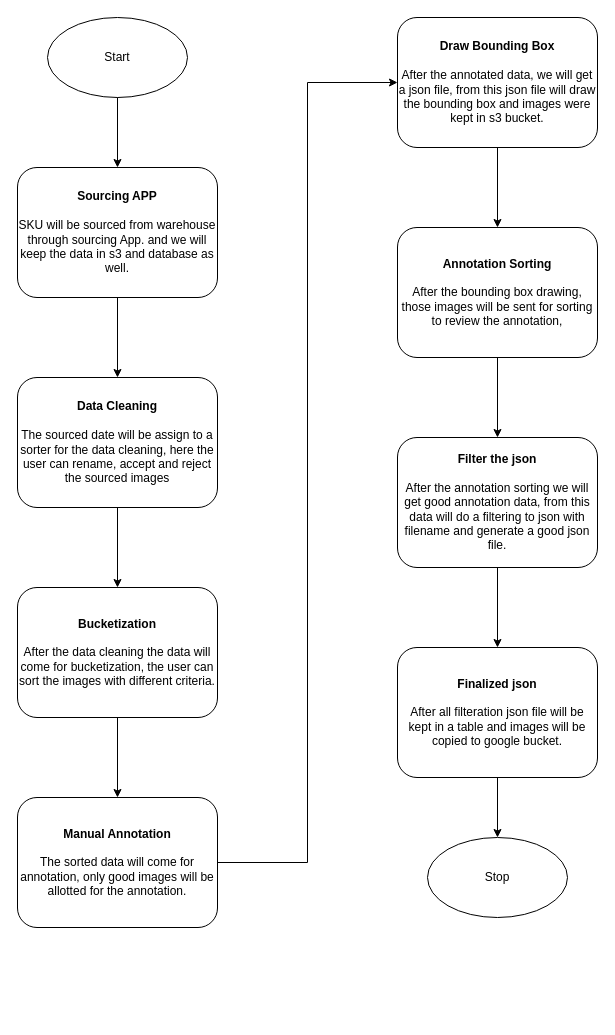
This is FNV-Highlevel.drawio from bb-midhunps/diagrams, a draw.io file, before an edit. Source tidied: cells renumbered, new cells numbered last; positions are measured from the earlier drawing's top-left corner, leaving out a move shared by most shapes. Both pictures are drawn from the tidied source at 100%, with x=0, y=0 at pixel (17, 17).
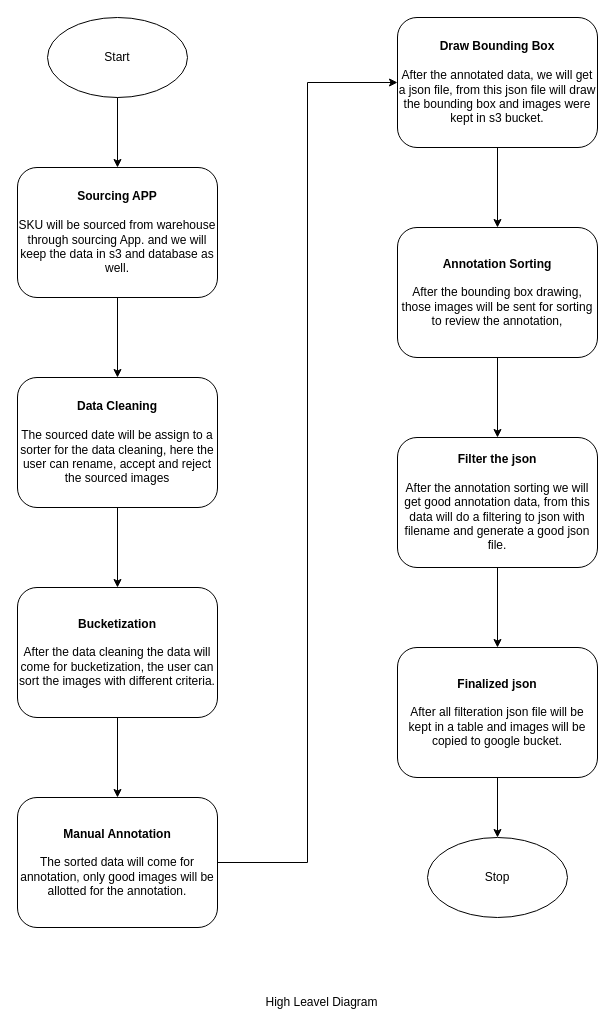
Above is the later version.

The edit, as a diff of the source:
```diff
@@
+    <mxCell id="21" value="High Leavel Diagram" style="text;html=1;align=center;verticalAlign=middle;strokeColor=none;fillColor=none;" parent="1" vertex="1">
+      <mxGeometry x="234" y="970" width="140" height="30" as="geometry" />
+    </mxCell>
```
